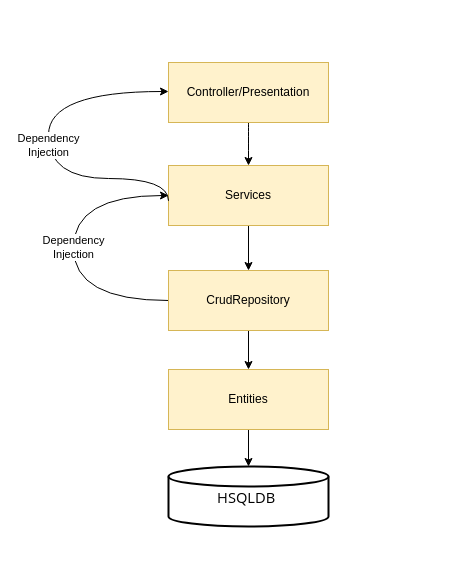
Before: page "Full Stack Application" (6 of 7) of Drawing.drawio in zcomert/java-mysql-react-full-stack-employee-spa, a draw.io diagram. Source tidied: cells renumbered, new cells numbered last; positions are measured from the earlier drawing's top-left corner, leaving out a move shared by most shapes. Both pictures are drawn from the tidied source at 100%, with x=0, y=0 at pixel (48, 62).
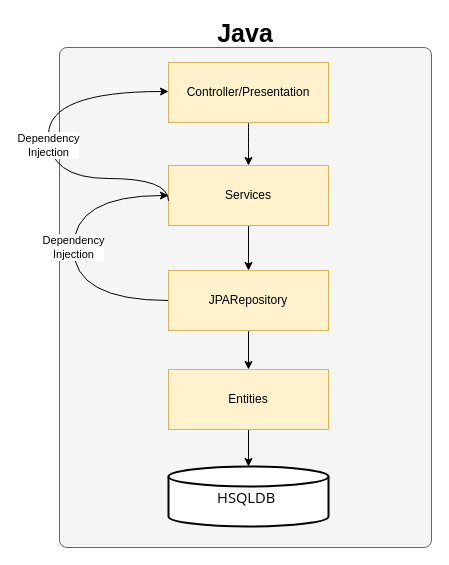
After the change.

What changed in the source:
```diff
@@
 <mxGraphModel>
   <root>
     <mxCell id="0" />
     <mxCell id="1" parent="0" />
+    <mxCell id="13" style="rounded=1;whiteSpace=wrap;html=1;arcSize=2;fillColor=#f5f5f5;strokeColor=#666666;fontColor=#333333;" parent="1" vertex="1">
+      <mxGeometry x="11" y="-15" width="372" height="500" as="geometry" />
+    </mxCell>
+    <mxCell id="14" value="Java" style="text;html=1;strokeColor=none;fillColor=none;align=center;verticalAlign=middle;whiteSpace=wrap;rounded=0;fontSize=25;fontStyle=1;" parent="1" vertex="1">
+      <mxGeometry x="13" y="-45" width="368" height="30" as="geometry" />
+    </mxCell>
     <mxCell id="2" value="&lt;span style=&quot;font-size: 11.0pt ; line-height: 150% ; font-family: &amp;#34;segoe ui&amp;#34; , sans-serif&quot;&gt;HSQLDB&amp;nbsp;&lt;/span&gt;" style="strokeWidth=2;html=1;shape=mxgraph.flowchart.database;whiteSpace=wrap;" parent="1" vertex="1">
       <mxGeometry x="120" y="404" width="160" height="60" as="geometry" />
     </mxCell>
     <mxCell id="3" style="rounded=0;jettySize=auto;html=1;entryX=0.5;entryY=0;entryDx=0;entryDy=0;entryPerimeter=0;strokeWidth=1;" parent="1" edge="1" source="4" target="2">
       <mxGeometry relative="1" as="geometry" />
     </mxCell>
     <mxCell id="4" value="Entities" style="rounded=0;whiteSpace=wrap;html=1;fillColor=#fff2cc;strokeColor=#d6b656;" parent="1" vertex="1">
       <mxGeometry x="120" y="307" width="160" height="60" as="geometry" />
     </mxCell>
     <mxCell id="5" style="edgeStyle=none;rounded=0;jettySize=auto;html=1;strokeWidth=1;" parent="1" edge="1" source="7" target="4">
       <mxGeometry relative="1" as="geometry" />
     </mxCell>
     <mxCell id="6" value="Dependency&lt;br&gt;Injection" style="edgeStyle=orthogonalEdgeStyle;rounded=0;jettySize=auto;html=1;entryX=0;entryY=0.5;entryDx=0;entryDy=0;strokeWidth=1;curved=1;" parent="1" edge="1" source="7" target="9">
       <mxGeometry relative="1" as="geometry">
         <Array as="points">
           <mxPoint x="25" y="238" />
           <mxPoint x="25" y="133" />
         </Array>
       </mxGeometry>
     </mxCell>
-    <mxCell id="7" value="CrudRepository" style="rounded=0;whiteSpace=wrap;html=1;fillColor=#fff2cc;strokeColor=#d6b656;" parent="1" vertex="1">
+    <mxCell id="7" value="JPARepository" style="rounded=0;whiteSpace=wrap;html=1;fillColor=#fff2cc;strokeColor=#d6b656;" parent="1" vertex="1">
       <mxGeometry x="120" y="208" width="160" height="60" as="geometry" />
     </mxCell>
     <mxCell id="8" style="edgeStyle=none;rounded=0;jettySize=auto;html=1;entryX=0.5;entryY=0;entryDx=0;entryDy=0;strokeWidth=1;" parent="1" edge="1" source="9" target="7">
       <mxGeometry relative="1" as="geometry" />
     </mxCell>
     <mxCell id="9" value="Services" style="rounded=0;whiteSpace=wrap;html=1;fillColor=#fff2cc;strokeColor=#d6b656;" parent="1" vertex="1">
       <mxGeometry x="120" y="103" width="160" height="60" as="geometry" />
     </mxCell>
     <mxCell id="10" style="edgeStyle=orthogonalEdgeStyle;curved=1;rounded=0;jettySize=auto;html=1;entryX=0.5;entryY=0;entryDx=0;entryDy=0;strokeWidth=1;" parent="1" edge="1" source="11" target="9">
       <mxGeometry relative="1" as="geometry" />
     </mxCell>
     <mxCell id="11" value="Controller/Presentation" style="rounded=0;whiteSpace=wrap;html=1;fillColor=#fff2cc;strokeColor=#d6b656;" parent="1" vertex="1">
       <mxGeometry x="120" width="160" height="60" as="geometry" />
     </mxCell>
     <mxCell id="12" value="Dependency&lt;br&gt;Injection" style="edgeStyle=orthogonalEdgeStyle;rounded=0;jettySize=auto;html=1;strokeWidth=1;curved=1;exitX=0;exitY=0.589;exitDx=0;exitDy=0;exitPerimeter=0;" parent="1" edge="1" source="9" target="11">
       <mxGeometry relative="1" as="geometry">
         <Array as="points">
           <mxPoint x="120" y="116" />
           <mxPoint y="116" />
           <mxPoint y="29" />
         </Array>
       </mxGeometry>
     </mxCell>
   </root>
 </mxGraphModel>
```
